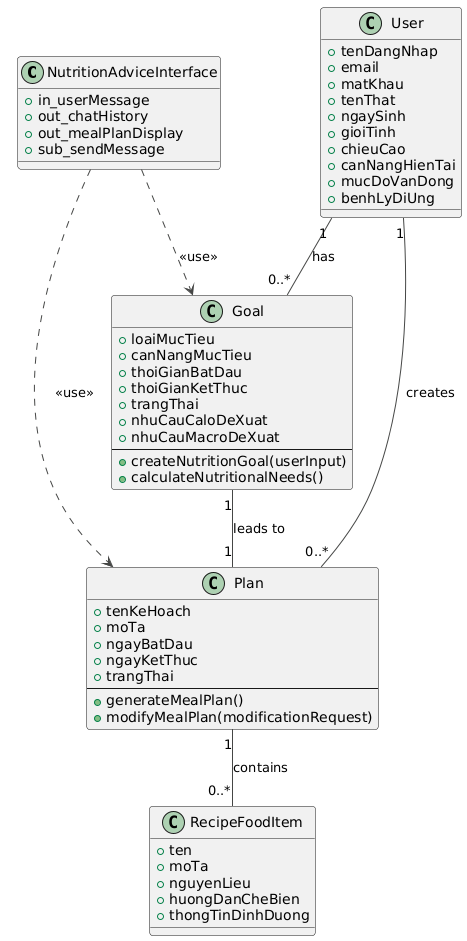
Before: Analysis/Class/UmlPictures/NutritionAdviceModule.png, a diagram exported from PlantUML (LQTam787/Thesis).
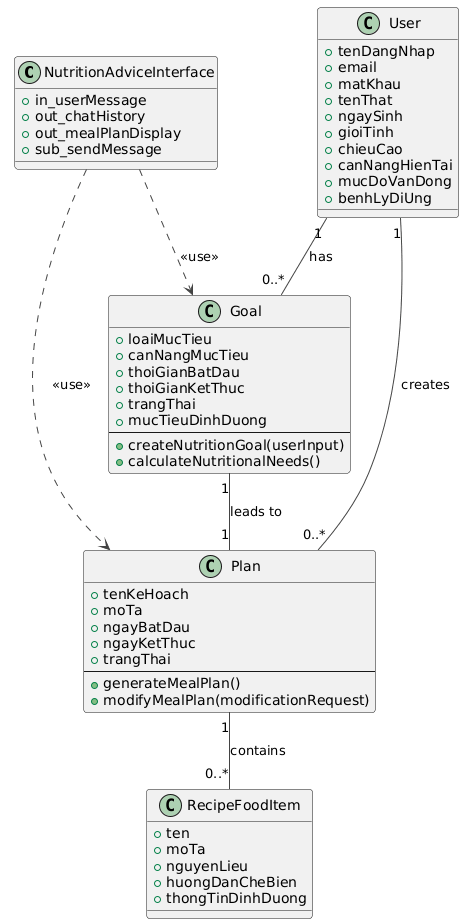
After the change.

The edit, as a diff of the source:
```diff
@@ -27,8 +27,7 @@
   +thoiGianBatDau
   +thoiGianKetThuc
   +trangThai
-  +nhuCauCaloDeXuat
-  +nhuCauMacroDeXuat
+  +mucTieuDinhDuong
   --
   +createNutritionGoal(userInput)
   +calculateNutritionalNeeds()
```
